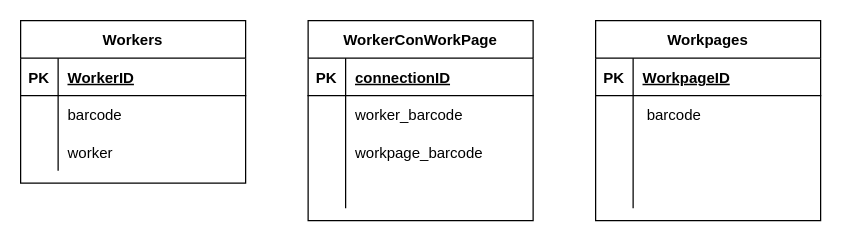
Above: Untitled Diagram.drawio in KerteszZoltan/mesterminal (draw.io), before the change. Source tidied: cells renumbered, new cells numbered last; positions are measured from the earlier drawing's top-left corner, leaving out a move shared by most shapes. Both pictures are drawn from the tidied source at 125%, with x=0, y=0 at pixel (20, 20).
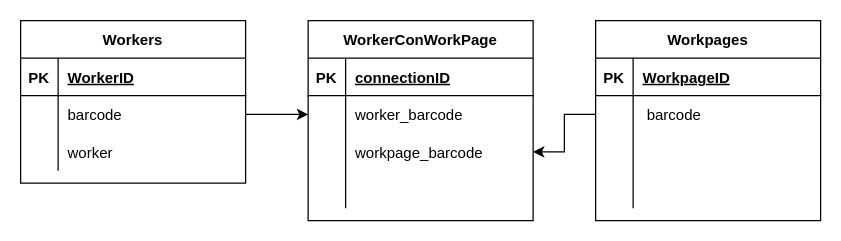
Above is the later version.

Commit message:
just lineing, but nothing.

Unchanged cells that the change refers to:
```xml
<mxCell id="6" style="shape=partialRectangle;fillColor=none;top=0;left=0;bottom=0;right=0;points=[[0,0.5],[1,0.5]];portConstraint=eastwest;" parent="2" vertex="1">
  <mxGeometry y="60" width="180" height="30" as="geometry" />
</mxCell>
<mxCell id="16" style="shape=partialRectangle;fillColor=none;top=0;left=0;bottom=0;right=0;points=[[0,0.5],[1,0.5]];portConstraint=eastwest;" parent="12" vertex="1">
  <mxGeometry y="60" width="180" height="30" as="geometry" />
</mxCell>
<mxCell id="29" style="shape=partialRectangle;fillColor=none;top=0;left=0;bottom=0;right=0;points=[[0,0.5],[1,0.5]];portConstraint=eastwest;" parent="25" vertex="1">
  <mxGeometry y="60" width="180" height="30" as="geometry" />
</mxCell>
<mxCell id="32" style="shape=partialRectangle;fillColor=none;top=0;left=0;bottom=0;right=0;points=[[0,0.5],[1,0.5]];portConstraint=eastwest;" parent="25" vertex="1">
  <mxGeometry y="90" width="180" height="30" as="geometry" />
</mxCell>
```

What changed in the source:
```diff
@@
+    <mxCell id="38" style="edgeStyle=orthogonalEdgeStyle;rounded=0;jettySize=auto;html=1;exitX=1;exitY=0.5;exitDx=0;exitDy=0;entryX=0;entryY=0.5;entryDx=0;entryDy=0;" parent="1" edge="1" source="6" target="29">
+      <mxGeometry relative="1" as="geometry" />
+    </mxCell>
+    <mxCell id="39" style="edgeStyle=orthogonalEdgeStyle;rounded=0;jettySize=auto;html=1;exitX=0;exitY=0.5;exitDx=0;exitDy=0;entryX=1;entryY=0.5;entryDx=0;entryDy=0;" parent="1" edge="1" source="16" target="32">
+      <mxGeometry relative="1" as="geometry" />
+    </mxCell>
```
